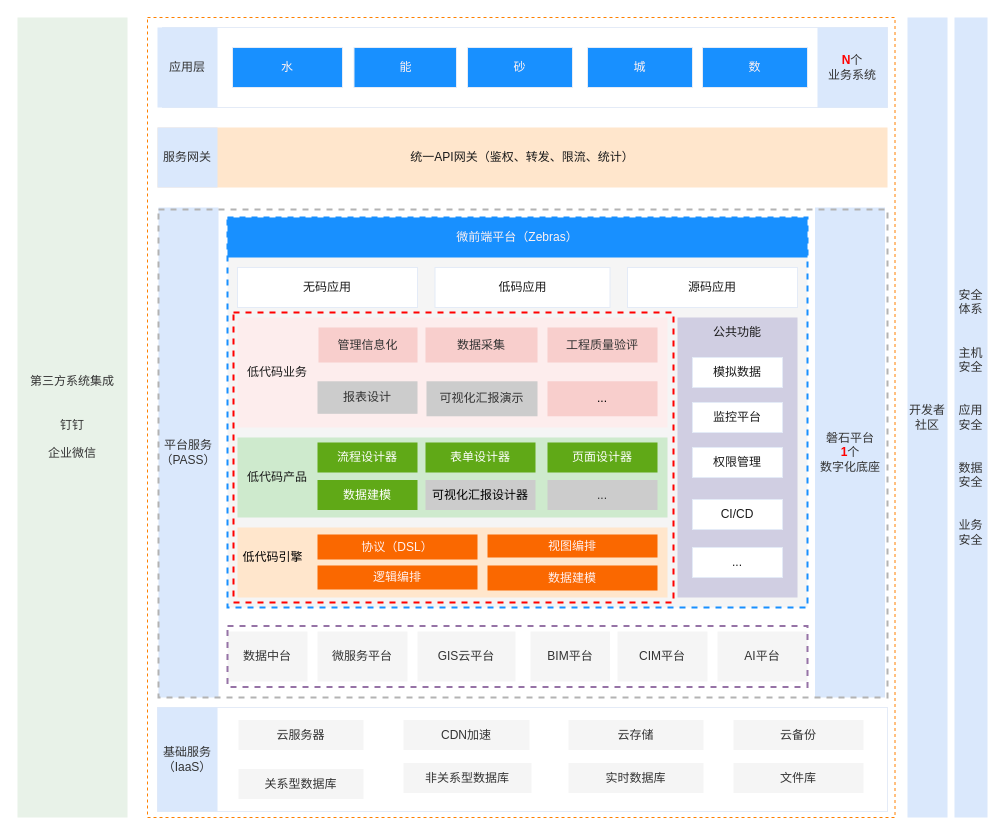
tangyaosimida/love keeps this draw.io diagram as 低代码——整体架构图.drawio. Above is the earlier version. Source tidied: cells renumbered, new cells numbered last; positions are measured from the earlier drawing's top-left corner, leaving out a move shared by most shapes. Both pictures are drawn from the tidied source at 100%, with x=0, y=0 at pixel (17, 17).
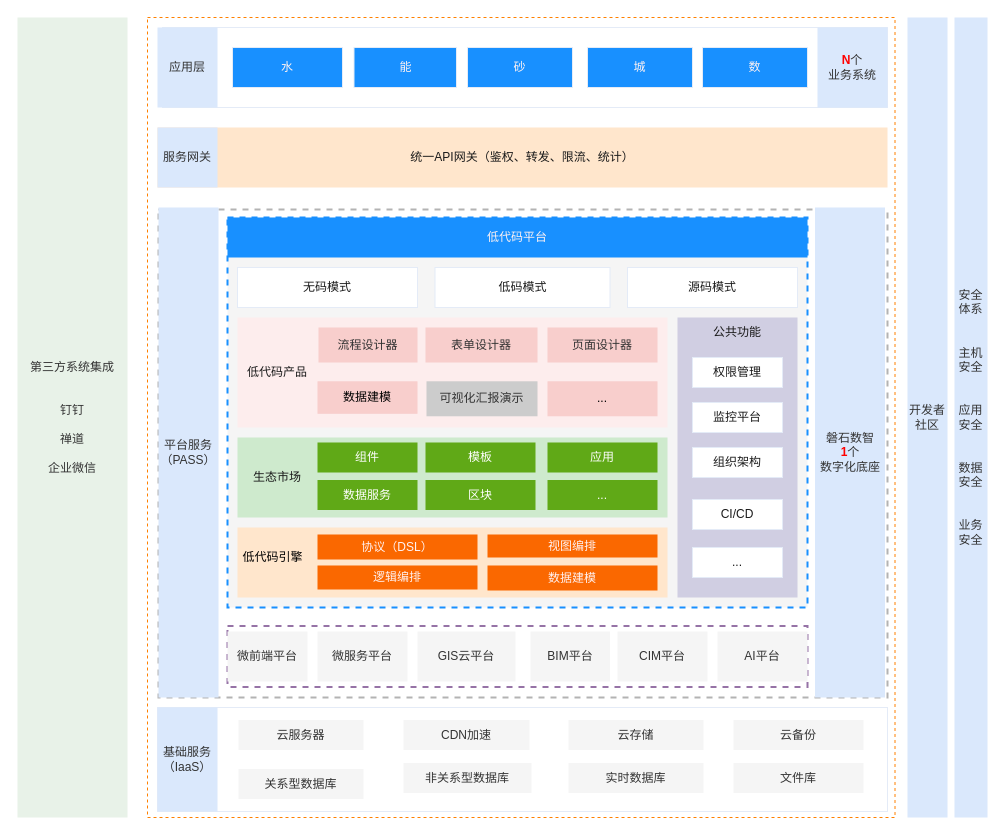
The same page after the edit.

Commit message:
更新低代码——整体架构图.drawio

Change to the diagram source:
```diff
@@
+    <mxCell id="4" style="rounded=0;whiteSpace=wrap;html=1;strokeColor=#B3B3B3;fillColor=none;dashed=1;strokeWidth=2;fontColor=#1A1A1A;" parent="1" vertex="1">
+      <mxGeometry x="141" y="192" width="729" height="488" as="geometry" />
+    </mxCell>
+    <mxCell id="6" style="rounded=0;whiteSpace=wrap;html=1;fillColor=none;dashed=1;strokeColor=#FF8000;fontColor=#1A1A1A;" parent="1" vertex="1">
+      <mxGeometry x="130" width="747.5" height="800" as="geometry" />
+    </mxCell>
+    <mxCell id="22" style="rounded=0;whiteSpace=wrap;html=1;strokeColor=#FF0000;fillColor=none;dashed=1;strokeWidth=2;fontColor=#1A1A1A;" parent="1" vertex="1">
+      <mxGeometry x="216" y="295" width="440" height="290" as="geometry" />
+    </mxCell>
+    <mxCell id="70" style="rounded=0;whiteSpace=wrap;html=1;fillColor=none;dashed=1;strokeWidth=2;strokeColor=#9673a6;" parent="1" vertex="1">
+      <mxGeometry x="210" y="608.5" width="580" height="61" as="geometry" />
+    </mxCell>
-    <mxCell id="2" value="磐石平台&lt;div&gt;&lt;font color=&quot;#ff0000&quot;&gt;&lt;b&gt;1&lt;/b&gt;&lt;/font&gt;个&lt;/div&gt;&lt;div&gt;数字化底座&lt;/div&gt;" style="rounded=0;whiteSpace=wrap;html=1;strokeColor=none;fillColor=#dae8fc;fontColor=#333333;" parent="1" vertex="1">
+    <mxCell id="2" value="磐石数智&lt;div&gt;&lt;font color=&quot;#ff0000&quot;&gt;&lt;b&gt;1&lt;/b&gt;&lt;/font&gt;个&lt;/div&gt;&lt;div&gt;数字化底座&lt;/div&gt;" style="rounded=0;whiteSpace=wrap;html=1;strokeColor=none;fillColor=#dae8fc;fontColor=#333333;" parent="1" vertex="1">
       <mxGeometry x="797.5" y="190" width="70" height="490" as="geometry" />
     </mxCell>
@@
-    <mxCell id="4" style="rounded=0;whiteSpace=wrap;html=1;strokeColor=#B3B3B3;fillColor=none;dashed=1;strokeWidth=2;fontColor=#1A1A1A;" parent="1" vertex="1">
-      <mxGeometry x="141" y="192" width="729" height="488" as="geometry" />
-    </mxCell>
@@
-    <mxCell id="6" style="rounded=0;whiteSpace=wrap;html=1;fillColor=none;dashed=1;strokeColor=#FF8000;fontColor=#1A1A1A;" parent="1" vertex="1">
-      <mxGeometry x="130" width="747.5" height="800" as="geometry" />
-    </mxCell>
-    <mxCell id="7" value="第三方系统集成&lt;div&gt;&lt;br&gt;&lt;/div&gt;&lt;div&gt;&lt;br&gt;&lt;/div&gt;&lt;div&gt;钉钉&lt;/div&gt;&lt;div&gt;&lt;br&gt;&lt;/div&gt;&lt;div&gt;企业微信&lt;/div&gt;" style="rounded=0;whiteSpace=wrap;html=1;fillColor=#E8F2E8;strokeColor=none;fontColor=#333333;" parent="1" vertex="1">
+    <mxCell id="7" value="第三方系统集成&lt;div&gt;&lt;br&gt;&lt;/div&gt;&lt;div&gt;&lt;br&gt;&lt;/div&gt;&lt;div&gt;钉钉&lt;/div&gt;&lt;div&gt;&lt;br&gt;&lt;/div&gt;&lt;div&gt;禅道&lt;/div&gt;&lt;div&gt;&lt;br&gt;&lt;/div&gt;&lt;div&gt;企业微信&lt;/div&gt;" style="rounded=0;whiteSpace=wrap;html=1;fillColor=#E8F2E8;strokeColor=none;fontColor=#333333;" parent="1" vertex="1">
       <mxGeometry width="110" height="800" as="geometry" />
     </mxCell>
@@
-    <mxCell id="22" style="rounded=0;whiteSpace=wrap;html=1;strokeColor=#FF0000;fillColor=none;dashed=1;strokeWidth=2;fontColor=#1A1A1A;" parent="1" vertex="1">
-      <mxGeometry x="216" y="295" width="440" height="290" as="geometry" />
-    </mxCell>
@@
-    <mxCell id="28" value="数据中台" style="rounded=0;whiteSpace=wrap;html=1;strokeColor=none;fontColor=#333333;fillColor=#f5f5f5;" parent="1" vertex="1">
+    <mxCell id="28" value="微前端平台" style="rounded=0;whiteSpace=wrap;html=1;strokeColor=none;fontColor=#333333;fillColor=#f5f5f5;" parent="1" vertex="1">
       <mxGeometry x="210" y="614" width="80" height="50" as="geometry" />
     </mxCell>
-    <mxCell id="29" value="&lt;font color=&quot;#fff2f2&quot;&gt;微前端平台（Zebras）&lt;/font&gt;" style="rounded=0;whiteSpace=wrap;html=1;strokeColor=none;fillColor=#1890FF;fontColor=#1A1A1A;" parent="1" vertex="1">
+    <mxCell id="29" value="&lt;font color=&quot;#fff2f2&quot;&gt;低代码平台&lt;/font&gt;" style="rounded=0;whiteSpace=wrap;html=1;strokeColor=none;fillColor=#1890FF;fontColor=#1A1A1A;" parent="1" vertex="1">
       <mxGeometry x="210" y="200" width="580" height="40" as="geometry" />
     </mxCell>
@@
-    <mxCell id="31" value="模拟数据" style="rounded=0;whiteSpace=wrap;html=1;strokeColor=#E4EBF7;fontColor=#1A1A1A;" parent="1" vertex="1">
+    <mxCell id="31" value="权限管理" style="rounded=0;whiteSpace=wrap;html=1;strokeColor=#E4EBF7;fontColor=#1A1A1A;" parent="1" vertex="1">
       <mxGeometry x="675" y="340" width="90" height="30" as="geometry" />
     </mxCell>
@@
-    <mxCell id="33" value="权限管理" style="rounded=0;whiteSpace=wrap;html=1;strokeColor=#E4EBF7;fontColor=#1A1A1A;" parent="1" vertex="1">
+    <mxCell id="33" value="组织架构" style="rounded=0;whiteSpace=wrap;html=1;strokeColor=#E4EBF7;fontColor=#1A1A1A;" parent="1" vertex="1">
       <mxGeometry x="675" y="430" width="90" height="30" as="geometry" />
     </mxCell>
@@
-    <mxCell id="39" value="表单设计器" style="text;html=1;align=center;verticalAlign=middle;whiteSpace=wrap;rounded=0;strokeColor=none;fontColor=#ffffff;fillColor=#60a917;" parent="1" vertex="1">
+    <mxCell id="39" value="模板" style="text;html=1;align=center;verticalAlign=middle;whiteSpace=wrap;rounded=0;strokeColor=none;fontColor=#ffffff;fillColor=#60a917;" parent="1" vertex="1">
       <mxGeometry x="408" y="425" width="110" height="30" as="geometry" />
     </mxCell>
-    <mxCell id="40" value="页面设计器" style="text;html=1;align=center;verticalAlign=middle;whiteSpace=wrap;rounded=0;strokeColor=none;fontColor=#ffffff;fillColor=#60a917;" parent="1" vertex="1">
+    <mxCell id="40" value="应用" style="text;html=1;align=center;verticalAlign=middle;whiteSpace=wrap;rounded=0;strokeColor=none;fontColor=#ffffff;fillColor=#60a917;" parent="1" vertex="1">
       <mxGeometry x="530" y="425" width="110" height="30" as="geometry" />
     </mxCell>
@@
-    <mxCell id="42" value="无码应用" style="rounded=0;whiteSpace=wrap;html=1;strokeColor=#E4EBF7;fontColor=#1A1A1A;" parent="1" vertex="1">
+    <mxCell id="42" value="无码模式" style="rounded=0;whiteSpace=wrap;html=1;strokeColor=#E4EBF7;fontColor=#1A1A1A;" parent="1" vertex="1">
       <mxGeometry x="220" y="250" width="180" height="40" as="geometry" />
     </mxCell>
-    <mxCell id="43" value="低码应用" style="rounded=0;whiteSpace=wrap;html=1;strokeColor=#E4EBF7;fontColor=#1A1A1A;" parent="1" vertex="1">
+    <mxCell id="43" value="低码模式" style="rounded=0;whiteSpace=wrap;html=1;strokeColor=#E4EBF7;fontColor=#1A1A1A;" parent="1" vertex="1">
       <mxGeometry x="417.5" y="250" width="175" height="40" as="geometry" />
     </mxCell>
-    <mxCell id="44" value="源码应用" style="rounded=0;whiteSpace=wrap;html=1;strokeColor=#E4EBF7;fontColor=#1A1A1A;" parent="1" vertex="1">
+    <mxCell id="44" value="源码模式" style="rounded=0;whiteSpace=wrap;html=1;strokeColor=#E4EBF7;fontColor=#1A1A1A;" parent="1" vertex="1">
       <mxGeometry x="610" y="250" width="170" height="40" as="geometry" />
     </mxCell>
@@
-    <mxCell id="46" value="流程设计器" style="text;html=1;align=center;verticalAlign=middle;whiteSpace=wrap;rounded=0;fillColor=#60a917;fontColor=#ffffff;strokeColor=none;" parent="1" vertex="1">
+    <mxCell id="46" value="组件" style="text;html=1;align=center;verticalAlign=middle;whiteSpace=wrap;rounded=0;fillColor=#60a917;fontColor=#ffffff;strokeColor=none;" parent="1" vertex="1">
       <mxGeometry x="300" y="425" width="100" height="30" as="geometry" />
     </mxCell>
@@
-    <mxCell id="48" value="报表设计" style="rounded=0;whiteSpace=wrap;html=1;strokeColor=none;fillColor=#CCCCCC;fontColor=#333333;" parent="1" vertex="1">
+    <mxCell id="48" value="数据建模" style="rounded=0;whiteSpace=wrap;html=1;strokeColor=none;fillColor=#f8cecc;" parent="1" vertex="1">
       <mxGeometry x="300" y="363.8" width="100" height="32.5" as="geometry" />
     </mxCell>
@@
-    <mxCell id="50" value="管理信息化" style="rounded=0;whiteSpace=wrap;html=1;strokeColor=none;fillColor=#f8cecc;fontColor=#333333;" parent="1" vertex="1">
+    <mxCell id="50" value="流程设计器" style="rounded=0;whiteSpace=wrap;html=1;strokeColor=none;fillColor=#f8cecc;fontColor=#333333;" parent="1" vertex="1">
       <mxGeometry x="301" y="310" width="99" height="35" as="geometry" />
     </mxCell>
-    <mxCell id="51" value="数据采集" style="rounded=0;whiteSpace=wrap;html=1;strokeColor=none;fillColor=#f8cecc;fontColor=#333333;" parent="1" vertex="1">
+    <mxCell id="51" value="表单设计器" style="rounded=0;whiteSpace=wrap;html=1;strokeColor=none;fillColor=#f8cecc;fontColor=#333333;" parent="1" vertex="1">
       <mxGeometry x="408" y="310" width="112" height="35" as="geometry" />
     </mxCell>
-    <mxCell id="52" value="工程质量验评" style="rounded=0;whiteSpace=wrap;html=1;strokeColor=none;fillColor=#f8cecc;fontColor=#333333;" parent="1" vertex="1">
+    <mxCell id="52" value="页面设计器" style="rounded=0;whiteSpace=wrap;html=1;strokeColor=none;fillColor=#f8cecc;fontColor=#333333;" parent="1" vertex="1">
       <mxGeometry x="530" y="310" width="110" height="35" as="geometry" />
     </mxCell>
-    <mxCell id="53" value="&lt;span style=&quot;background-color: initial;&quot;&gt;低代码产品&lt;/span&gt;" style="rounded=0;whiteSpace=wrap;html=1;strokeColor=none;fontColor=#1A1A1A;fillColor=none;" parent="1" vertex="1">
+    <mxCell id="53" value="生态市场" style="rounded=0;whiteSpace=wrap;html=1;strokeColor=none;fontColor=#1A1A1A;fillColor=none;" parent="1" vertex="1">
       <mxGeometry x="220" y="420" width="80" height="80" as="geometry" />
     </mxCell>
-    <mxCell id="54" value="可视化汇报设计器" style="text;html=1;align=center;verticalAlign=middle;whiteSpace=wrap;rounded=0;strokeColor=none;fillColor=#CCCCCC;" parent="1" vertex="1">
+    <mxCell id="54" value="区块" style="text;html=1;align=center;verticalAlign=middle;whiteSpace=wrap;rounded=0;strokeColor=none;fillColor=#60a917;fontColor=#ffffff;" parent="1" vertex="1">
       <mxGeometry x="408" y="462.5" width="110" height="30" as="geometry" />
     </mxCell>
-    <mxCell id="55" value="..." style="text;html=1;align=center;verticalAlign=middle;whiteSpace=wrap;rounded=0;strokeColor=none;fillColor=#CCCCCC;fontColor=#333333;" parent="1" vertex="1">
+    <mxCell id="55" value="..." style="text;html=1;align=center;verticalAlign=middle;whiteSpace=wrap;rounded=0;strokeColor=none;fillColor=#60a917;fontColor=#ffffff;" parent="1" vertex="1">
       <mxGeometry x="530" y="462.5" width="110" height="30" as="geometry" />
     </mxCell>
@@
-    <mxCell id="60" value="低代码业务" style="rounded=0;whiteSpace=wrap;html=1;strokeColor=none;fontColor=#1A1A1A;fillColor=none;" parent="1" vertex="1">
+    <mxCell id="60" value="低代码产品" style="rounded=0;whiteSpace=wrap;html=1;strokeColor=none;fontColor=#1A1A1A;fillColor=none;" parent="1" vertex="1">
       <mxGeometry x="220" y="300" width="80" height="110" as="geometry" />
     </mxCell>
@@
-    <mxCell id="62" value="数据建模" style="text;html=1;align=center;verticalAlign=middle;whiteSpace=wrap;rounded=0;fillColor=#60a917;fontColor=#ffffff;strokeColor=none;" parent="1" vertex="1">
+    <mxCell id="62" value="数据服务" style="text;html=1;align=center;verticalAlign=middle;whiteSpace=wrap;rounded=0;fillColor=#60a917;fontColor=#ffffff;strokeColor=none;" parent="1" vertex="1">
       <mxGeometry x="300" y="462.5" width="100" height="30" as="geometry" />
     </mxCell>
@@
-    <mxCell id="70" style="rounded=0;whiteSpace=wrap;html=1;fillColor=none;dashed=1;strokeWidth=2;strokeColor=#9673a6;" parent="1" vertex="1">
-      <mxGeometry x="210" y="608.5" width="580" height="61" as="geometry" />
-    </mxCell>
```
